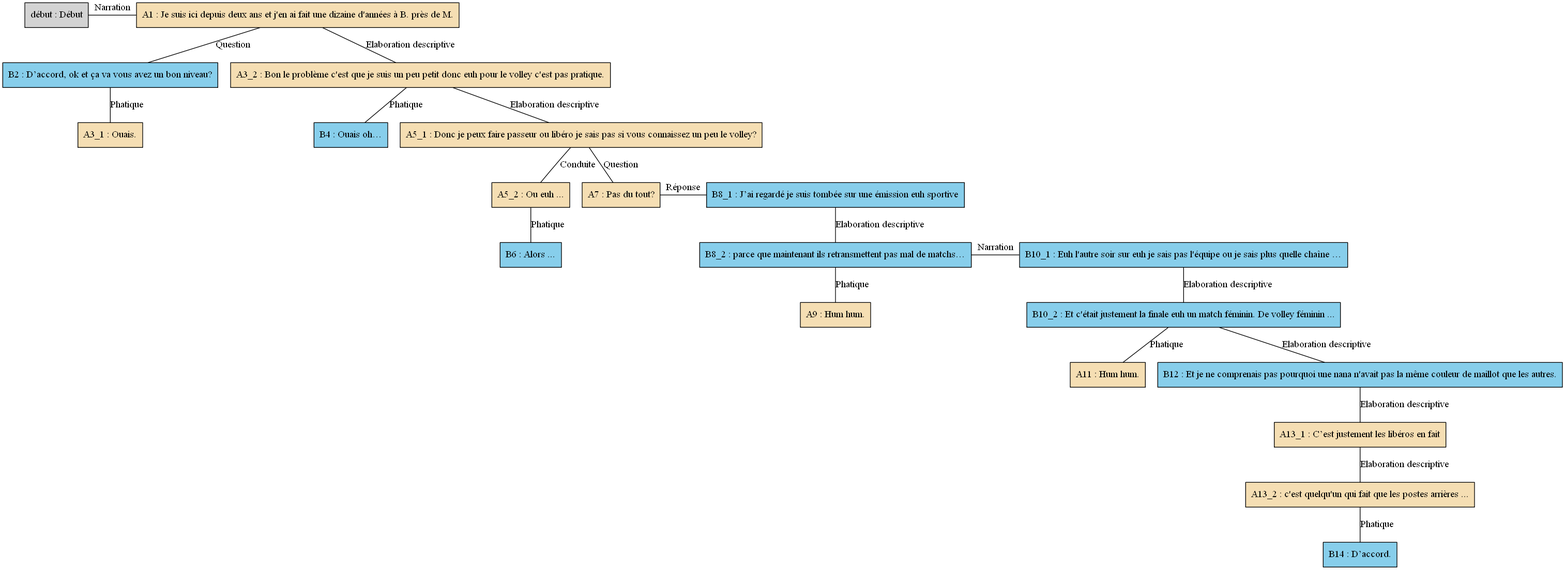
The Graphviz diagram arbres/Volley/Volley_-_A02.gv.png in AlaixComet/AnnotationSlamPTut, before a commit. Its source is kept beside it as arbres/Volley/Volley_-_A02.gv.
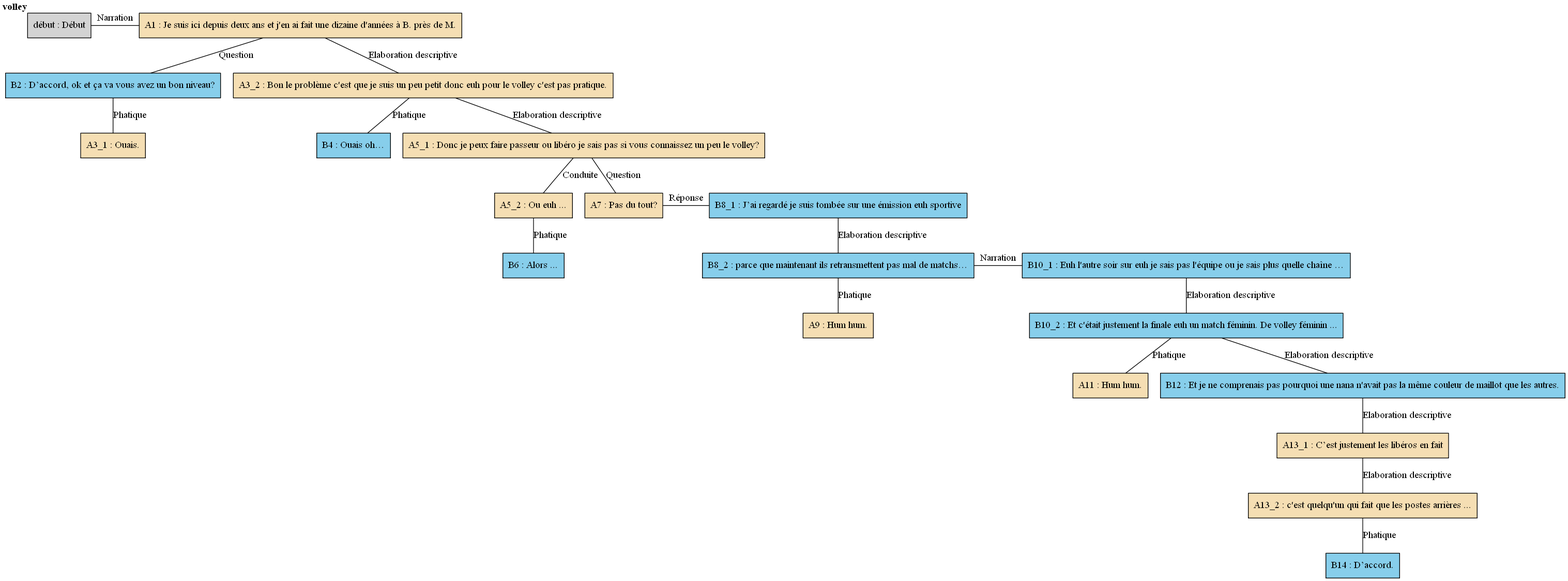
Above is the later version.

The edit, as a diff of the source:
```diff
@@ -1,25 +1,25 @@
 digraph A02 {
 	node [shape=box style=filled]
-	"début" [label="début : Début"]
-	A1 [label="A1 : Je suis ici depuis deux ans et j'en ai fait une dizaine d'années à B. près de M." fillcolor=wheat]
-	B2 [label="B2 : D’accord, ok et ça va vous avez un bon niveau?" fillcolor=skyblue]
-	A3_1 [label="A3_1 : Ouais." fillcolor=wheat]
-	A3_2 [label="A3_2 : Bon le problème c'est que je suis un peu petit donc euh pour le volley c'est pas pratique." fillcolor=wheat]
-	B4 [label="B4 : Ouais oh…" fillcolor=skyblue]
-	A5_1 [label="A5_1 : Donc je peux faire passeur ou libéro je sais pas si vous connaissez un peu le volley?" fillcolor=wheat]
-	A5_2 [label="A5_2 : Ou euh ..." fillcolor=wheat]
-	B6 [label="B6 : Alors ..." fillcolor=skyblue]
-	A7 [label="A7 : Pas du tout?" fillcolor=wheat]
-	B8_1 [label="B8_1 : J’ai regardé je suis tombée sur une émission euh sportive" fillcolor=skyblue]
-	B8_2 [label="B8_2 : parce que maintenant ils retransmettent pas mal de matchs…" fillcolor=skyblue]
-	A9 [label="A9 : Hum hum." fillcolor=wheat]
-	B10_1 [label="B10_1 : Euh l'autre soir sur euh je sais pas l'équipe ou je sais plus quelle chaîne …" fillcolor=skyblue]
-	B10_2 [label="B10_2 : Et c'était justement la finale euh un match féminin. De volley féminin ..." fillcolor=skyblue]
-	A11 [label="A11 : Hum hum." fillcolor=wheat]
-	B12 [label="B12 : Et je ne comprenais pas pourquoi une nana n'avait pas la même couleur de maillot que les autres." fillcolor=skyblue]
-	A13_1 [label="A13_1 : C’est justement les libéros en fait" fillcolor=wheat]
-	A13_2 [label="A13_2 : c'est quelqu'un qui fait que les postes arrières ..." fillcolor=wheat]
-	B14 [label="B14 : D’accord." fillcolor=skyblue]
+	"début" [label="début : Début" xlabel=<<B>volley</B>>]
+	A1 [label="A1 : Je suis ici depuis deux ans et j'en ai fait une dizaine d'années à B. près de M." fillcolor=wheat xlabel=""]
+	B2 [label="B2 : D’accord, ok et ça va vous avez un bon niveau?" fillcolor=skyblue xlabel=""]
+	A3_1 [label="A3_1 : Ouais." fillcolor=wheat xlabel=""]
+	A3_2 [label="A3_2 : Bon le problème c'est que je suis un peu petit donc euh pour le volley c'est pas pratique." fillcolor=wheat xlabel=""]
+	B4 [label="B4 : Ouais oh…" fillcolor=skyblue xlabel=""]
+	A5_1 [label="A5_1 : Donc je peux faire passeur ou libéro je sais pas si vous connaissez un peu le volley?" fillcolor=wheat xlabel=""]
+	A5_2 [label="A5_2 : Ou euh ..." fillcolor=wheat xlabel=""]
+	B6 [label="B6 : Alors ..." fillcolor=skyblue xlabel=""]
+	A7 [label="A7 : Pas du tout?" fillcolor=wheat xlabel=""]
+	B8_1 [label="B8_1 : J’ai regardé je suis tombée sur une émission euh sportive" fillcolor=skyblue xlabel=""]
+	B8_2 [label="B8_2 : parce que maintenant ils retransmettent pas mal de matchs…" fillcolor=skyblue xlabel=""]
+	A9 [label="A9 : Hum hum." fillcolor=wheat xlabel=""]
+	B10_1 [label="B10_1 : Euh l'autre soir sur euh je sais pas l'équipe ou je sais plus quelle chaîne …" fillcolor=skyblue xlabel=""]
+	B10_2 [label="B10_2 : Et c'était justement la finale euh un match féminin. De volley féminin ..." fillcolor=skyblue xlabel=""]
+	A11 [label="A11 : Hum hum." fillcolor=wheat xlabel=""]
+	B12 [label="B12 : Et je ne comprenais pas pourquoi une nana n'avait pas la même couleur de maillot que les autres." fillcolor=skyblue xlabel=""]
+	A13_1 [label="A13_1 : C’est justement les libéros en fait" fillcolor=wheat xlabel=""]
+	A13_2 [label="A13_2 : c'est quelqu'un qui fait que les postes arrières ..." fillcolor=wheat xlabel=""]
+	B14 [label="B14 : D’accord." fillcolor=skyblue xlabel=""]
 	{
 		rank=same
 		"début"
```
